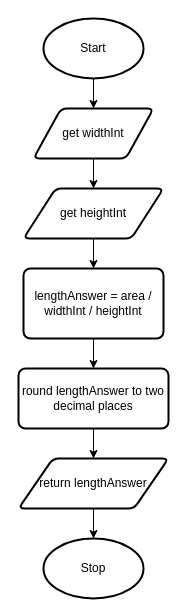
Before: design.boardfoot.flowchart.drawio in Yiyun-Qin/ics4u-unit1-05-typescript, a draw.io diagram. Source tidied: cells renumbered, new cells numbered last; positions are measured from the earlier drawing's top-left corner, leaving out a move shared by most shapes. Both pictures are drawn from the tidied source at 100%, with x=0, y=0 at pixel (18, 18).
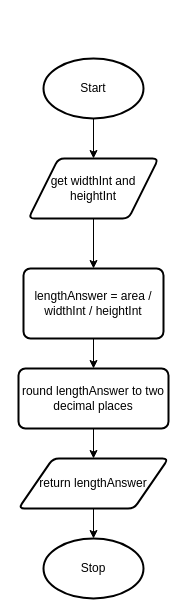
Above is the later version.

What changed in the source:
```diff
@@
 <mxGraphModel>
   <root>
     <mxCell id="0" />
     <mxCell id="1" parent="0" />
     <mxCell id="2" style="edgeStyle=none;html=1;exitX=0.5;exitY=1;exitDx=0;exitDy=0;exitPerimeter=0;entryX=0.5;entryY=0;entryDx=0;entryDy=0;" parent="1" edge="1" source="3" target="5">
       <mxGeometry relative="1" as="geometry" />
     </mxCell>
     <mxCell id="3" value="Start" style="strokeWidth=2;html=1;shape=mxgraph.flowchart.start_1;whiteSpace=wrap;" parent="1" vertex="1">
-      <mxGeometry x="25" width="100" height="60" as="geometry" />
+      <mxGeometry x="25" y="40" width="100" height="60" as="geometry" />
     </mxCell>
-    <mxCell id="4" style="edgeStyle=none;html=1;exitX=0.5;exitY=1;exitDx=0;exitDy=0;entryX=0.5;entryY=0;entryDx=0;entryDy=0;" parent="1" edge="1" source="5" target="7">
-      <mxGeometry relative="1" as="geometry" />
-    </mxCell>
+    <mxCell id="15" style="edgeStyle=none;html=1;exitX=0.5;exitY=1;exitDx=0;exitDy=0;entryX=0.5;entryY=0;entryDx=0;entryDy=0;" parent="1" edge="1" source="5" target="9">
+      <mxGeometry relative="1" as="geometry" />
+    </mxCell>
-    <mxCell id="5" value="get widthInt" style="shape=parallelogram;html=1;strokeWidth=2;perimeter=parallelogramPerimeter;whiteSpace=wrap;rounded=1;arcSize=12;size=0.23;" parent="1" vertex="1">
-      <mxGeometry x="15" y="90" width="120" height="50" as="geometry" />
+    <mxCell id="5" value="get widthInt and heightInt" style="shape=parallelogram;html=1;strokeWidth=2;perimeter=parallelogramPerimeter;whiteSpace=wrap;rounded=1;arcSize=12;size=0.23;" parent="1" vertex="1">
+      <mxGeometry x="10" y="140" width="130" height="60" as="geometry" />
     </mxCell>
-    <mxCell id="6" style="edgeStyle=none;html=1;exitX=0.5;exitY=1;exitDx=0;exitDy=0;entryX=0.5;entryY=0;entryDx=0;entryDy=0;" parent="1" edge="1" source="7" target="9">
-      <mxGeometry relative="1" as="geometry" />
-    </mxCell>
-    <mxCell id="7" value="get heightInt" style="shape=parallelogram;html=1;strokeWidth=2;perimeter=parallelogramPerimeter;whiteSpace=wrap;rounded=1;arcSize=12;size=0.23;" parent="1" vertex="1">
-      <mxGeometry x="5" y="170" width="140" height="50" as="geometry" />
-    </mxCell>
     <mxCell id="8" style="edgeStyle=none;html=1;exitX=0.5;exitY=1;exitDx=0;exitDy=0;entryX=0.5;entryY=0;entryDx=0;entryDy=0;" parent="1" edge="1" source="9" target="11">
       <mxGeometry relative="1" as="geometry" />
     </mxCell>
     <mxCell id="9" value="lengthAnswer = area / widthInt / heightInt" style="rounded=1;whiteSpace=wrap;html=1;absoluteArcSize=1;arcSize=14;strokeWidth=2;" parent="1" vertex="1">
       <mxGeometry x="5" y="250" width="140" height="70" as="geometry" />
     </mxCell>
     <mxCell id="10" style="edgeStyle=none;html=1;exitX=0.5;exitY=1;exitDx=0;exitDy=0;entryX=0.5;entryY=0;entryDx=0;entryDy=0;" parent="1" edge="1" source="11" target="13">
       <mxGeometry relative="1" as="geometry" />
     </mxCell>
     <mxCell id="11" value="round lengthAnswer to two decimal places" style="rounded=1;whiteSpace=wrap;html=1;absoluteArcSize=1;arcSize=14;strokeWidth=2;" parent="1" vertex="1">
       <mxGeometry y="350" width="150" height="60" as="geometry" />
     </mxCell>
     <mxCell id="12" style="edgeStyle=none;html=1;exitX=0.5;exitY=1;exitDx=0;exitDy=0;entryX=0.5;entryY=0;entryDx=0;entryDy=0;entryPerimeter=0;" parent="1" edge="1" source="13" target="14">
       <mxGeometry relative="1" as="geometry" />
     </mxCell>
     <mxCell id="13" value="return lengthAnswer" style="shape=parallelogram;html=1;strokeWidth=2;perimeter=parallelogramPerimeter;whiteSpace=wrap;rounded=1;arcSize=12;size=0.23;" parent="1" vertex="1">
       <mxGeometry y="440" width="150" height="50" as="geometry" />
     </mxCell>
     <mxCell id="14" value="Stop" style="strokeWidth=2;html=1;shape=mxgraph.flowchart.start_1;whiteSpace=wrap;" parent="1" vertex="1">
       <mxGeometry x="25" y="520" width="100" height="60" as="geometry" />
     </mxCell>
   </root>
 </mxGraphModel>
```
